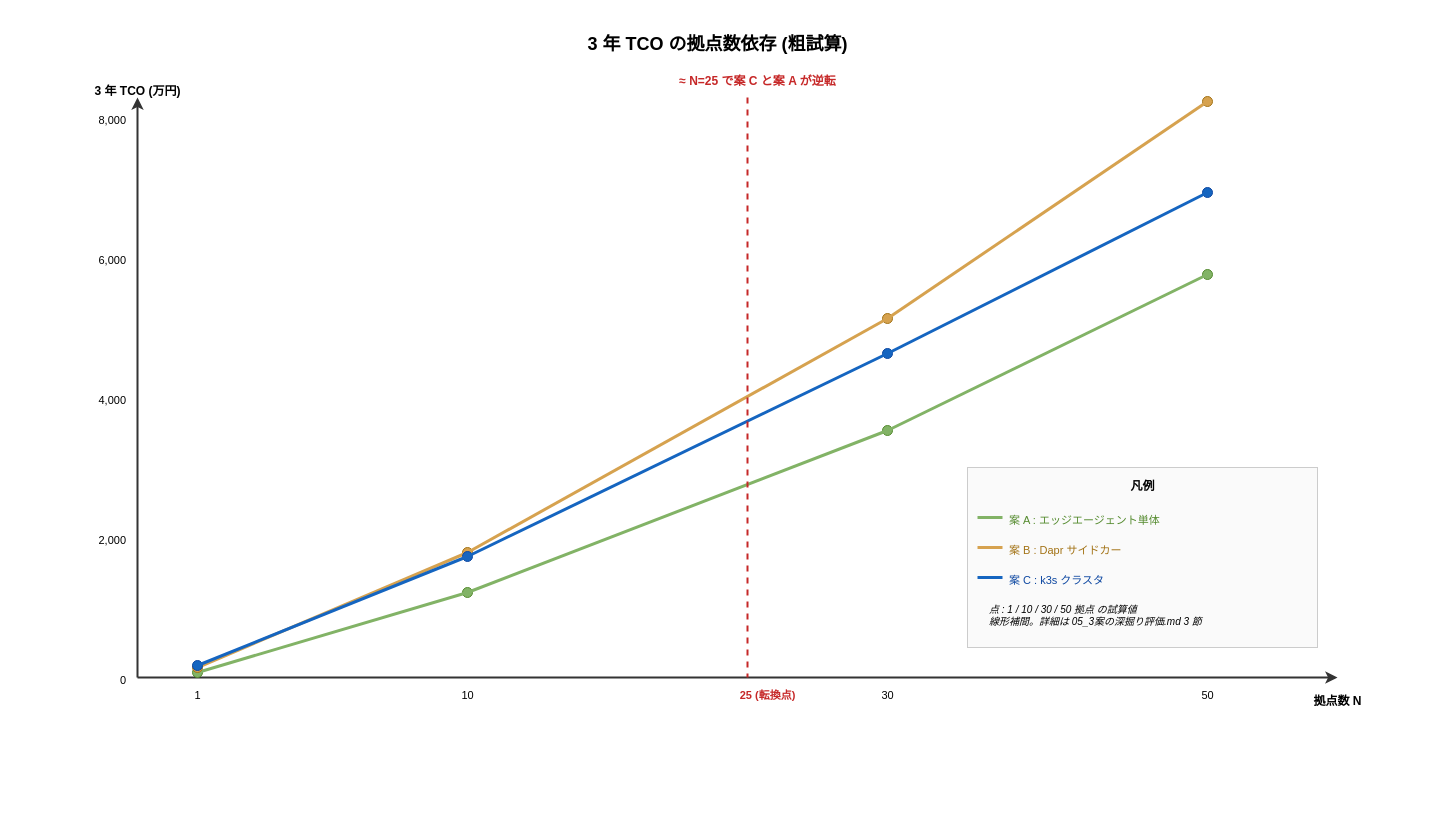
The draw.io diagram docs/01_企画/02_アーキテクチャ/13_IoTエッジ接続/img/TCO推移.drawio in RyuheiKiso/k1s0, before the edit. Source tidied: cells renumbered, new cells numbered last; positions are measured from the earlier drawing's top-left corner, leaving out a move shared by most shapes. Both pictures are drawn from the tidied source at 100%, with x=0, y=0 at pixel (17, 17).
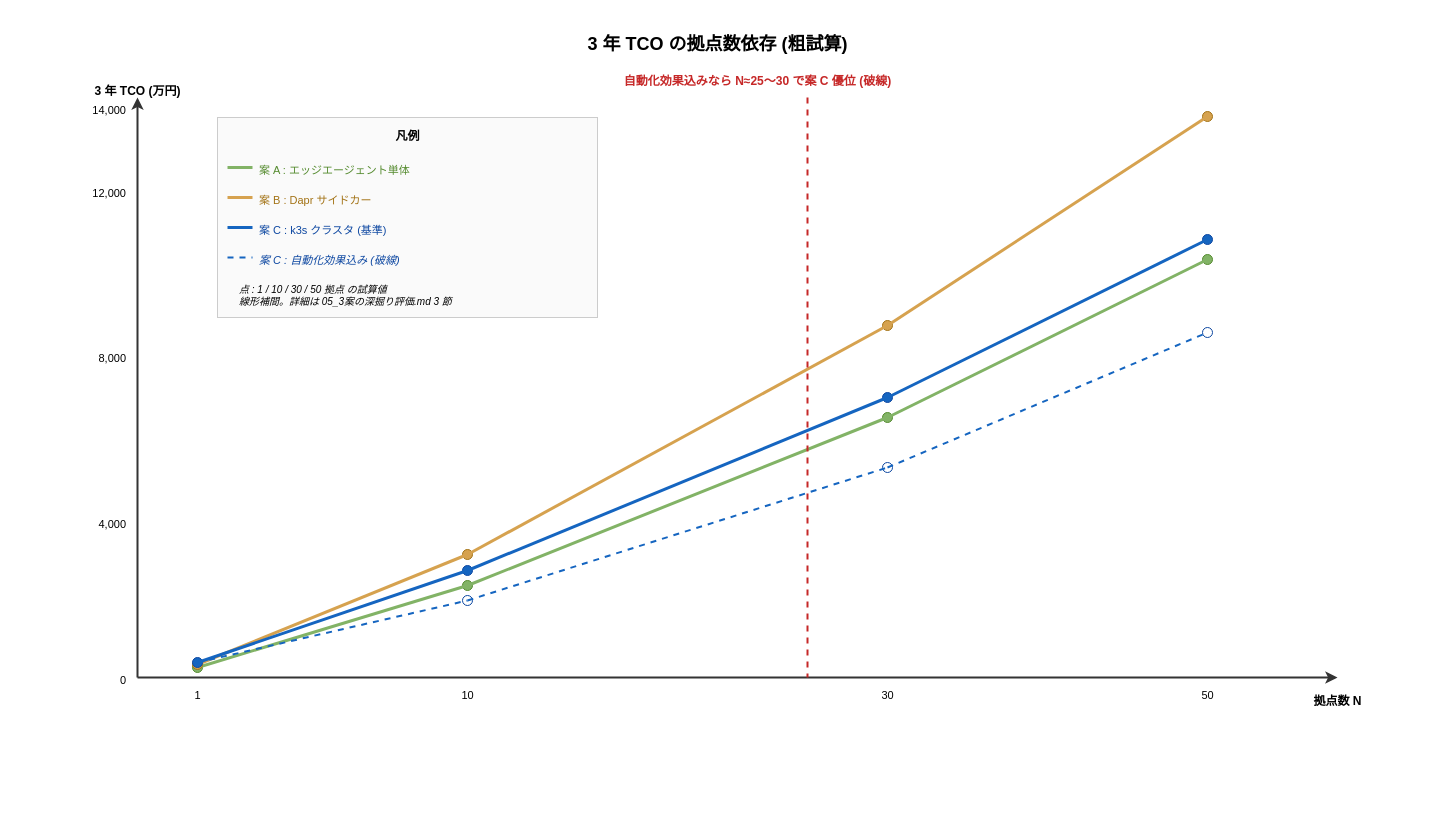
Above is the later version.

Diff of the diagram source:
```diff
@@
-    <mxCell id="10" value="25 (転換点)" style="text;html=1;align=center;fontSize=11;fontStyle=1;fontColor=#c62828;" parent="1" vertex="1">
-      <mxGeometry x="690" y="665" width="120" height="20" as="geometry" />
-    </mxCell>
@@
-    <mxCell id="14" value="2,000" style="text;html=1;align=right;fontSize=11;" parent="1" vertex="1">
-      <mxGeometry x="50" y="510" width="60" height="20" as="geometry" />
-    </mxCell>
     <mxCell id="15" value="4,000" style="text;html=1;align=right;fontSize=11;" parent="1" vertex="1">
-      <mxGeometry x="50" y="370" width="60" height="20" as="geometry" />
+      <mxGeometry x="50" y="494" width="60" height="20" as="geometry" />
     </mxCell>
-    <mxCell id="16" value="6,000" style="text;html=1;align=right;fontSize=11;" parent="1" vertex="1">
-      <mxGeometry x="50" y="230" width="60" height="20" as="geometry" />
-    </mxCell>
     <mxCell id="17" value="8,000" style="text;html=1;align=right;fontSize=11;" parent="1" vertex="1">
-      <mxGeometry x="50" y="90" width="60" height="20" as="geometry" />
+      <mxGeometry x="50" y="328" width="60" height="20" as="geometry" />
     </mxCell>
+    <mxCell id="50" value="12,000" style="text;html=1;align=right;fontSize=11;" parent="1" vertex="1">
+      <mxGeometry x="50" y="163" width="60" height="20" as="geometry" />
+    </mxCell>
+    <mxCell id="51" value="14,000" style="text;html=1;align=right;fontSize=11;" parent="1" vertex="1">
+      <mxGeometry x="50" y="80" width="60" height="20" as="geometry" />
+    </mxCell>
     <mxCell id="18" style="ellipse;whiteSpace=wrap;html=1;fillColor=#82b366;strokeColor=#558b2f;" parent="1" vertex="1">
-      <mxGeometry x="175" y="650" width="10" height="10" as="geometry" />
+      <mxGeometry x="175" y="645" width="10" height="10" as="geometry" />
     </mxCell>
     <mxCell id="19" style="ellipse;whiteSpace=wrap;html=1;fillColor=#82b366;strokeColor=#558b2f;" parent="1" vertex="1">
-      <mxGeometry x="445" y="570" width="10" height="10" as="geometry" />
+      <mxGeometry x="445" y="563" width="10" height="10" as="geometry" />
     </mxCell>
     <mxCell id="20" style="ellipse;whiteSpace=wrap;html=1;fillColor=#82b366;strokeColor=#558b2f;" parent="1" vertex="1">
-      <mxGeometry x="865" y="408" width="10" height="10" as="geometry" />
+      <mxGeometry x="865" y="395" width="10" height="10" as="geometry" />
     </mxCell>
     <mxCell id="21" style="ellipse;whiteSpace=wrap;html=1;fillColor=#82b366;strokeColor=#558b2f;" parent="1" vertex="1">
-      <mxGeometry x="1185" y="252" width="10" height="10" as="geometry" />
+      <mxGeometry x="1185" y="237" width="10" height="10" as="geometry" />
     </mxCell>
     <mxCell id="22" style="endArrow=none;html=1;strokeColor=#82b366;strokeWidth=3;" parent="1" edge="1">
       <mxGeometry relative="1" as="geometry">
-        <mxPoint x="180" y="655" as="sourcePoint" />
-        <mxPoint x="450" y="575" as="targetPoint" />
+        <mxPoint x="180" y="650" as="sourcePoint" />
+        <mxPoint x="450" y="568" as="targetPoint" />
       </mxGeometry>
     </mxCell>
     <mxCell id="23" style="endArrow=none;html=1;strokeColor=#82b366;strokeWidth=3;" parent="1" edge="1">
       <mxGeometry relative="1" as="geometry">
-        <mxPoint x="450" y="575" as="sourcePoint" />
-        <mxPoint x="870" y="413" as="targetPoint" />
+        <mxPoint x="450" y="568" as="sourcePoint" />
+        <mxPoint x="870" y="400" as="targetPoint" />
       </mxGeometry>
     </mxCell>
     <mxCell id="24" style="endArrow=none;html=1;strokeColor=#82b366;strokeWidth=3;" parent="1" edge="1">
       <mxGeometry relative="1" as="geometry">
-        <mxPoint x="870" y="413" as="sourcePoint" />
-        <mxPoint x="1190" y="257" as="targetPoint" />
+        <mxPoint x="870" y="400" as="sourcePoint" />
+        <mxPoint x="1190" y="242" as="targetPoint" />
       </mxGeometry>
     </mxCell>
     <mxCell id="25" style="ellipse;whiteSpace=wrap;html=1;fillColor=#d6a24f;strokeColor=#a37316;" parent="1" vertex="1">
-      <mxGeometry x="175" y="645" width="10" height="10" as="geometry" />
+      <mxGeometry x="175" y="642" width="10" height="10" as="geometry" />
     </mxCell>
     <mxCell id="26" style="ellipse;whiteSpace=wrap;html=1;fillColor=#d6a24f;strokeColor=#a37316;" parent="1" vertex="1">
-      <mxGeometry x="445" y="530" width="10" height="10" as="geometry" />
+      <mxGeometry x="445" y="532" width="10" height="10" as="geometry" />
     </mxCell>
     <mxCell id="27" style="ellipse;whiteSpace=wrap;html=1;fillColor=#d6a24f;strokeColor=#a37316;" parent="1" vertex="1">
-      <mxGeometry x="865" y="296" width="10" height="10" as="geometry" />
+      <mxGeometry x="865" y="303" width="10" height="10" as="geometry" />
     </mxCell>
     <mxCell id="28" style="ellipse;whiteSpace=wrap;html=1;fillColor=#d6a24f;strokeColor=#a37316;" parent="1" vertex="1">
-      <mxGeometry x="1185" y="79" width="10" height="10" as="geometry" />
+      <mxGeometry x="1185" y="94" width="10" height="10" as="geometry" />
     </mxCell>
     <mxCell id="29" style="endArrow=none;html=1;strokeColor=#d6a24f;strokeWidth=3;" parent="1" edge="1">
       <mxGeometry relative="1" as="geometry">
-        <mxPoint x="180" y="650" as="sourcePoint" />
-        <mxPoint x="450" y="535" as="targetPoint" />
+        <mxPoint x="180" y="647" as="sourcePoint" />
+        <mxPoint x="450" y="537" as="targetPoint" />
       </mxGeometry>
     </mxCell>
     <mxCell id="30" style="endArrow=none;html=1;strokeColor=#d6a24f;strokeWidth=3;" parent="1" edge="1">
       <mxGeometry relative="1" as="geometry">
-        <mxPoint x="450" y="535" as="sourcePoint" />
-        <mxPoint x="870" y="301" as="targetPoint" />
+        <mxPoint x="450" y="537" as="sourcePoint" />
+        <mxPoint x="870" y="308" as="targetPoint" />
       </mxGeometry>
     </mxCell>
     <mxCell id="31" style="endArrow=none;html=1;strokeColor=#d6a24f;strokeWidth=3;" parent="1" edge="1">
       <mxGeometry relative="1" as="geometry">
-        <mxPoint x="870" y="301" as="sourcePoint" />
-        <mxPoint x="1190" y="84" as="targetPoint" />
+        <mxPoint x="870" y="308" as="sourcePoint" />
+        <mxPoint x="1190" y="99" as="targetPoint" />
       </mxGeometry>
     </mxCell>
     <mxCell id="32" style="ellipse;whiteSpace=wrap;html=1;fillColor=#1565c0;strokeColor=#0d47a1;" parent="1" vertex="1">
-      <mxGeometry x="175" y="643" width="10" height="10" as="geometry" />
+      <mxGeometry x="175" y="640" width="10" height="10" as="geometry" />
     </mxCell>
     <mxCell id="33" style="ellipse;whiteSpace=wrap;html=1;fillColor=#1565c0;strokeColor=#0d47a1;" parent="1" vertex="1">
-      <mxGeometry x="445" y="534" width="10" height="10" as="geometry" />
+      <mxGeometry x="445" y="548" width="10" height="10" as="geometry" />
     </mxCell>
     <mxCell id="34" style="ellipse;whiteSpace=wrap;html=1;fillColor=#1565c0;strokeColor=#0d47a1;" parent="1" vertex="1">
-      <mxGeometry x="865" y="331" width="10" height="10" as="geometry" />
+      <mxGeometry x="865" y="375" width="10" height="10" as="geometry" />
     </mxCell>
     <mxCell id="35" style="ellipse;whiteSpace=wrap;html=1;fillColor=#1565c0;strokeColor=#0d47a1;" parent="1" vertex="1">
-      <mxGeometry x="1185" y="170" width="10" height="10" as="geometry" />
+      <mxGeometry x="1185" y="217" width="10" height="10" as="geometry" />
     </mxCell>
     <mxCell id="36" style="endArrow=none;html=1;strokeColor=#1565c0;strokeWidth=3;" parent="1" edge="1">
       <mxGeometry relative="1" as="geometry">
-        <mxPoint x="180" y="648" as="sourcePoint" />
-        <mxPoint x="450" y="539" as="targetPoint" />
+        <mxPoint x="180" y="645" as="sourcePoint" />
+        <mxPoint x="450" y="553" as="targetPoint" />
       </mxGeometry>
     </mxCell>
     <mxCell id="37" style="endArrow=none;html=1;strokeColor=#1565c0;strokeWidth=3;" parent="1" edge="1">
       <mxGeometry relative="1" as="geometry">
-        <mxPoint x="450" y="539" as="sourcePoint" />
-        <mxPoint x="870" y="336" as="targetPoint" />
+        <mxPoint x="450" y="553" as="sourcePoint" />
+        <mxPoint x="870" y="380" as="targetPoint" />
       </mxGeometry>
     </mxCell>
     <mxCell id="38" style="endArrow=none;html=1;strokeColor=#1565c0;strokeWidth=3;" parent="1" edge="1">
       <mxGeometry relative="1" as="geometry">
-        <mxPoint x="870" y="336" as="sourcePoint" />
-        <mxPoint x="1190" y="175" as="targetPoint" />
+        <mxPoint x="870" y="380" as="sourcePoint" />
+        <mxPoint x="1190" y="222" as="targetPoint" />
       </mxGeometry>
     </mxCell>
+    <mxCell id="52" style="ellipse;whiteSpace=wrap;html=1;fillColor=#ffffff;strokeColor=#0d47a1;" parent="1" vertex="1">
+      <mxGeometry x="445" y="578" width="10" height="10" as="geometry" />
+    </mxCell>
+    <mxCell id="53" style="ellipse;whiteSpace=wrap;html=1;fillColor=#ffffff;strokeColor=#0d47a1;" parent="1" vertex="1">
+      <mxGeometry x="865" y="445" width="10" height="10" as="geometry" />
+    </mxCell>
+    <mxCell id="54" style="ellipse;whiteSpace=wrap;html=1;fillColor=#ffffff;strokeColor=#0d47a1;" parent="1" vertex="1">
+      <mxGeometry x="1185" y="310" width="10" height="10" as="geometry" />
+    </mxCell>
+    <mxCell id="55" style="endArrow=none;html=1;strokeColor=#1565c0;strokeWidth=2;dashed=1;" parent="1" edge="1">
+      <mxGeometry relative="1" as="geometry">
+        <mxPoint x="180" y="645" as="sourcePoint" />
+        <mxPoint x="450" y="583" as="targetPoint" />
+      </mxGeometry>
+    </mxCell>
+    <mxCell id="56" style="endArrow=none;html=1;strokeColor=#1565c0;strokeWidth=2;dashed=1;" parent="1" edge="1">
+      <mxGeometry relative="1" as="geometry">
+        <mxPoint x="450" y="583" as="sourcePoint" />
+        <mxPoint x="870" y="450" as="targetPoint" />
+      </mxGeometry>
+    </mxCell>
+    <mxCell id="57" style="endArrow=none;html=1;strokeColor=#1565c0;strokeWidth=2;dashed=1;" parent="1" edge="1">
+      <mxGeometry relative="1" as="geometry">
+        <mxPoint x="870" y="450" as="sourcePoint" />
+        <mxPoint x="1190" y="315" as="targetPoint" />
+      </mxGeometry>
+    </mxCell>
     <mxCell id="39" style="endArrow=none;html=1;strokeColor=#c62828;strokeWidth=2;dashed=1;" parent="1" edge="1">
       <mxGeometry relative="1" as="geometry">
-        <mxPoint x="730" y="80" as="sourcePoint" />
-        <mxPoint x="730" y="660" as="targetPoint" />
+        <mxPoint x="790" y="80" as="sourcePoint" />
+        <mxPoint x="790" y="660" as="targetPoint" />
       </mxGeometry>
     </mxCell>
-    <mxCell id="40" value="≈ N=25 で案 C と案 A が逆転" style="text;html=1;align=center;fontSize=12;fontStyle=1;fontColor=#c62828;" parent="1" vertex="1">
-      <mxGeometry x="600" y="50" width="280" height="20" as="geometry" />
+    <mxCell id="40" value="自動化効果込みなら N≈25〜30 で案 C 優位 (破線)" style="text;html=1;align=center;fontSize=12;fontStyle=1;fontColor=#c62828;" parent="1" vertex="1">
+      <mxGeometry x="560" y="50" width="360" height="20" as="geometry" />
     </mxCell>
     <mxCell id="41" style="rounded=0;whiteSpace=wrap;html=1;fillColor=#fafafa;strokeColor=#cccccc;" parent="1" vertex="1">
-      <mxGeometry x="950" y="450" width="350" height="180" as="geometry" />
+      <mxGeometry x="200" y="100" width="380" height="200" as="geometry" />
     </mxCell>
     <mxCell id="42" value="凡例" style="text;html=1;align=center;fontSize=12;fontStyle=1;" parent="1" vertex="1">
-      <mxGeometry x="950" y="455" width="350" height="20" as="geometry" />
+      <mxGeometry x="200" y="105" width="380" height="20" as="geometry" />
     </mxCell>
     <mxCell id="43" value="案 A : エッジエージェント単体" style="text;html=1;align=left;fontSize=11;fontColor=#558b2f;" parent="1" vertex="1">
-      <mxGeometry x="990" y="490" width="280" height="20" as="geometry" />
+      <mxGeometry x="240" y="140" width="320" height="20" as="geometry" />
     </mxCell>
     <mxCell id="44" value="案 B : Dapr サイドカー" style="text;html=1;align=left;fontSize=11;fontColor=#a37316;" parent="1" vertex="1">
-      <mxGeometry x="990" y="520" width="280" height="20" as="geometry" />
+      <mxGeometry x="240" y="170" width="320" height="20" as="geometry" />
     </mxCell>
-    <mxCell id="45" value="案 C : k3s クラスタ" style="text;html=1;align=left;fontSize=11;fontColor=#0d47a1;" parent="1" vertex="1">
-      <mxGeometry x="990" y="550" width="280" height="20" as="geometry" />
+    <mxCell id="45" value="案 C : k3s クラスタ (基準)" style="text;html=1;align=left;fontSize=11;fontColor=#0d47a1;" parent="1" vertex="1">
+      <mxGeometry x="240" y="200" width="320" height="20" as="geometry" />
     </mxCell>
+    <mxCell id="58" value="案 C : 自動化効果込み (破線)" style="text;html=1;align=left;fontSize=11;fontColor=#0d47a1;fontStyle=2;" parent="1" vertex="1">
+      <mxGeometry x="240" y="230" width="320" height="20" as="geometry" />
+    </mxCell>
     <mxCell id="46" value="点 : 1 / 10 / 30 / 50 拠点 の試算値&#10;線形補間。詳細は 05_3案の深掘り評価.md 3 節" style="text;html=1;align=left;fontSize=10;fontStyle=2;" parent="1" vertex="1">
-      <mxGeometry x="970" y="580" width="320" height="40" as="geometry" />
+      <mxGeometry x="220" y="260" width="360" height="40" as="geometry" />
     </mxCell>
     <mxCell id="47" style="endArrow=none;html=1;strokeColor=#82b366;strokeWidth=3;" parent="1" edge="1">
       <mxGeometry relative="1" as="geometry">
-        <mxPoint x="960" y="500" as="sourcePoint" />
-        <mxPoint x="985" y="500" as="targetPoint" />
+        <mxPoint x="210" y="150" as="sourcePoint" />
+        <mxPoint x="235" y="150" as="targetPoint" />
       </mxGeometry>
     </mxCell>
     <mxCell id="48" style="endArrow=none;html=1;strokeColor=#d6a24f;strokeWidth=3;" parent="1" edge="1">
       <mxGeometry relative="1" as="geometry">
-        <mxPoint x="960" y="530" as="sourcePoint" />
-        <mxPoint x="985" y="530" as="targetPoint" />
+        <mxPoint x="210" y="180" as="sourcePoint" />
+        <mxPoint x="235" y="180" as="targetPoint" />
       </mxGeometry>
     </mxCell>
     <mxCell id="49" style="endArrow=none;html=1;strokeColor=#1565c0;strokeWidth=3;" parent="1" edge="1">
       <mxGeometry relative="1" as="geometry">
-        <mxPoint x="960" y="560" as="sourcePoint" />
-        <mxPoint x="985" y="560" as="targetPoint" />
+        <mxPoint x="210" y="210" as="sourcePoint" />
+        <mxPoint x="235" y="210" as="targetPoint" />
       </mxGeometry>
     </mxCell>
+    <mxCell id="59" style="endArrow=none;html=1;strokeColor=#1565c0;strokeWidth=2;dashed=1;" parent="1" edge="1">
+      <mxGeometry relative="1" as="geometry">
+        <mxPoint x="210" y="240" as="sourcePoint" />
+        <mxPoint x="235" y="240" as="targetPoint" />
+      </mxGeometry>
+    </mxCell>
```
